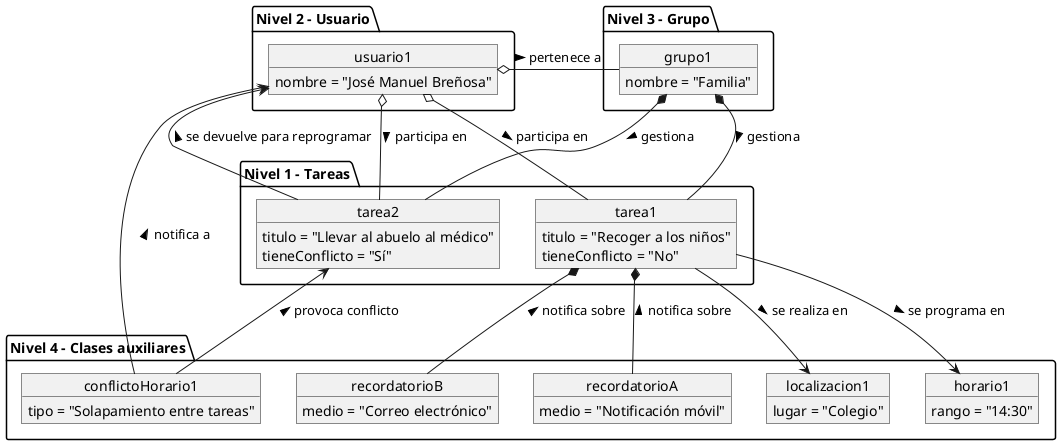
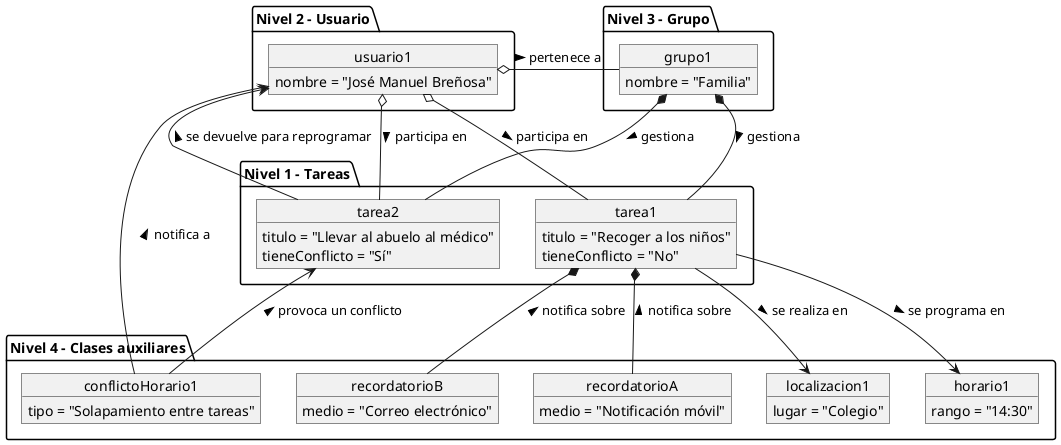
@startuml Diagrama de Objetos - Conflicto Horario
top to bottom direction
skinparam classAttributeIconSize 0

' Nivel 1: Tareas
package "Nivel 1 - Tareas" {
  object tarea1 {
    titulo = "Recoger a los niños"
    tieneConflicto = "No"
  }

  object tarea2 {
    titulo = "Llevar al abuelo al médico"
    tieneConflicto = "Sí"
  }
}

' Nivel 2: Usuario
package "Nivel 2 - Usuario" {
  object usuario1 {
    nombre = "José Manuel Breñosa"
  }
}

' Nivel 3: Grupo
package "Nivel 3 - Grupo" {
  object grupo1 {
    nombre = "Familia"
  }
}

' Nivel 4: Entidades externas
package "Nivel 4 - Clases auxiliares" {

  object conflictoHorario1 {
    tipo = "Solapamiento entre tareas"
  }

  ' Varios recordatorios posibles
  object recordatorioA {
    medio = "Notificación móvil"
  }

  object recordatorioB {
    medio = "Correo electrónico"
  }

  object localizacion1 {
    lugar = "Colegio"
  }

  object horario1 {
    rango = "14:30"
  }
}

' Relaciones principales
grupo1 *-- tarea1 : gestiona >
grupo1 *-- tarea2 : gestiona >

usuario1 o-- tarea1 : participa en >
usuario1 o-- tarea2 : participa en >
usuario1 o-- grupo1 : pertenece a >

' Relaciones externas para tarea sin conflicto
tarea1 --> localizacion1 : se realiza en >
tarea1 --> horario1 : se programa en >

' Recordatorios asociados a la tarea sin conflicto (varios)
tarea1 *-- recordatorioA : notifica sobre <
tarea1 *-- recordatorioB : notifica sobre <

' Relaciones para la tarea con conflicto
- tarea2 <-- conflictoHorario1 : provoca conflicto <
+ tarea2 <-- conflictoHorario1 : provoca un conflicto <
conflictoHorario1 --> usuario1 : notifica a >
tarea2 --> usuario1 : se devuelve para reprogramar >

@enduml
